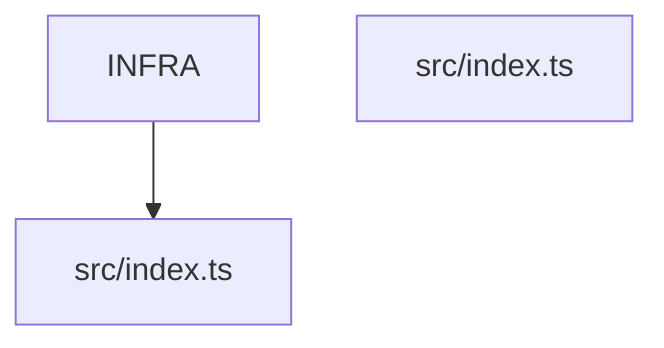
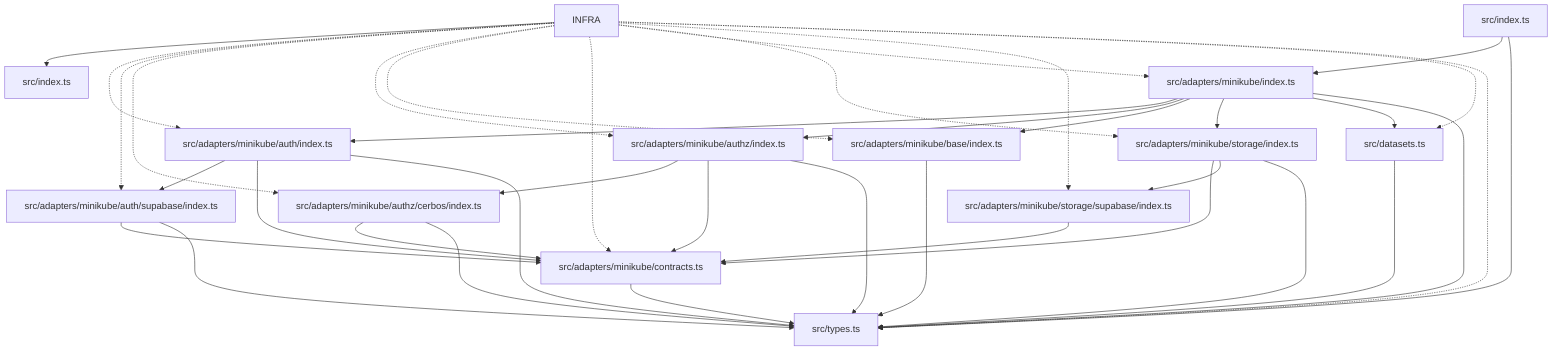
graph TD
  package__ankhorage_infra["INFRA"]
  entrypoint_src_index_ts["src/index.ts"]
  package__ankhorage_infra --> entrypoint_src_index_ts
+   module_src_adapters_minikube_auth_index_ts["src/adapters/minikube/auth/index.ts"]
+   package__ankhorage_infra -.-> module_src_adapters_minikube_auth_index_ts
+   module_src_adapters_minikube_auth_index_ts --> module_src_adapters_minikube_auth_supabase_index_ts
+   module_src_adapters_minikube_auth_index_ts --> module_src_adapters_minikube_contracts_ts
+   module_src_adapters_minikube_auth_index_ts --> module_src_types_ts
+   module_src_adapters_minikube_auth_supabase_index_ts["src/adapters/minikube/auth/supabase/index.ts"]
+   package__ankhorage_infra -.-> module_src_adapters_minikube_auth_supabase_index_ts
+   module_src_adapters_minikube_auth_supabase_index_ts --> module_src_adapters_minikube_contracts_ts
+   module_src_adapters_minikube_auth_supabase_index_ts --> module_src_types_ts
+   module_src_adapters_minikube_authz_cerbos_index_ts["src/adapters/minikube/authz/cerbos/index.ts"]
+   package__ankhorage_infra -.-> module_src_adapters_minikube_authz_cerbos_index_ts
+   module_src_adapters_minikube_authz_cerbos_index_ts --> module_src_adapters_minikube_contracts_ts
+   module_src_adapters_minikube_authz_cerbos_index_ts --> module_src_types_ts
+   module_src_adapters_minikube_authz_index_ts["src/adapters/minikube/authz/index.ts"]
+   package__ankhorage_infra -.-> module_src_adapters_minikube_authz_index_ts
+   module_src_adapters_minikube_authz_index_ts --> module_src_adapters_minikube_authz_cerbos_index_ts
+   module_src_adapters_minikube_authz_index_ts --> module_src_adapters_minikube_contracts_ts
+   module_src_adapters_minikube_authz_index_ts --> module_src_types_ts
+   module_src_adapters_minikube_base_index_ts["src/adapters/minikube/base/index.ts"]
+   package__ankhorage_infra -.-> module_src_adapters_minikube_base_index_ts
+   module_src_adapters_minikube_base_index_ts --> module_src_types_ts
+   module_src_adapters_minikube_contracts_ts["src/adapters/minikube/contracts.ts"]
+   package__ankhorage_infra -.-> module_src_adapters_minikube_contracts_ts
+   module_src_adapters_minikube_contracts_ts --> module_src_types_ts
+   module_src_adapters_minikube_index_ts["src/adapters/minikube/index.ts"]
+   package__ankhorage_infra -.-> module_src_adapters_minikube_index_ts
+   module_src_adapters_minikube_index_ts --> module_src_adapters_minikube_auth_index_ts
+   module_src_adapters_minikube_index_ts --> module_src_adapters_minikube_authz_index_ts
+   module_src_adapters_minikube_index_ts --> module_src_adapters_minikube_base_index_ts
+   module_src_adapters_minikube_index_ts --> module_src_adapters_minikube_storage_index_ts
+   module_src_adapters_minikube_index_ts --> module_src_datasets_ts
+   module_src_adapters_minikube_index_ts --> module_src_types_ts
+   module_src_adapters_minikube_storage_index_ts["src/adapters/minikube/storage/index.ts"]
+   package__ankhorage_infra -.-> module_src_adapters_minikube_storage_index_ts
+   module_src_adapters_minikube_storage_index_ts --> module_src_adapters_minikube_contracts_ts
+   module_src_adapters_minikube_storage_index_ts --> module_src_adapters_minikube_storage_supabase_index_ts
+   module_src_adapters_minikube_storage_index_ts --> module_src_types_ts
+   module_src_adapters_minikube_storage_supabase_index_ts["src/adapters/minikube/storage/supabase/index.ts"]
+   package__ankhorage_infra -.-> module_src_adapters_minikube_storage_supabase_index_ts
+   module_src_adapters_minikube_storage_supabase_index_ts --> module_src_adapters_minikube_contracts_ts
+   module_src_datasets_ts["src/datasets.ts"]
+   package__ankhorage_infra -.-> module_src_datasets_ts
+   module_src_datasets_ts --> module_src_types_ts
  module_src_index_ts["src/index.ts"]
+   module_src_index_ts --> module_src_adapters_minikube_index_ts
+   module_src_index_ts --> module_src_types_ts
+   module_src_types_ts["src/types.ts"]
+   package__ankhorage_infra -.-> module_src_types_ts
